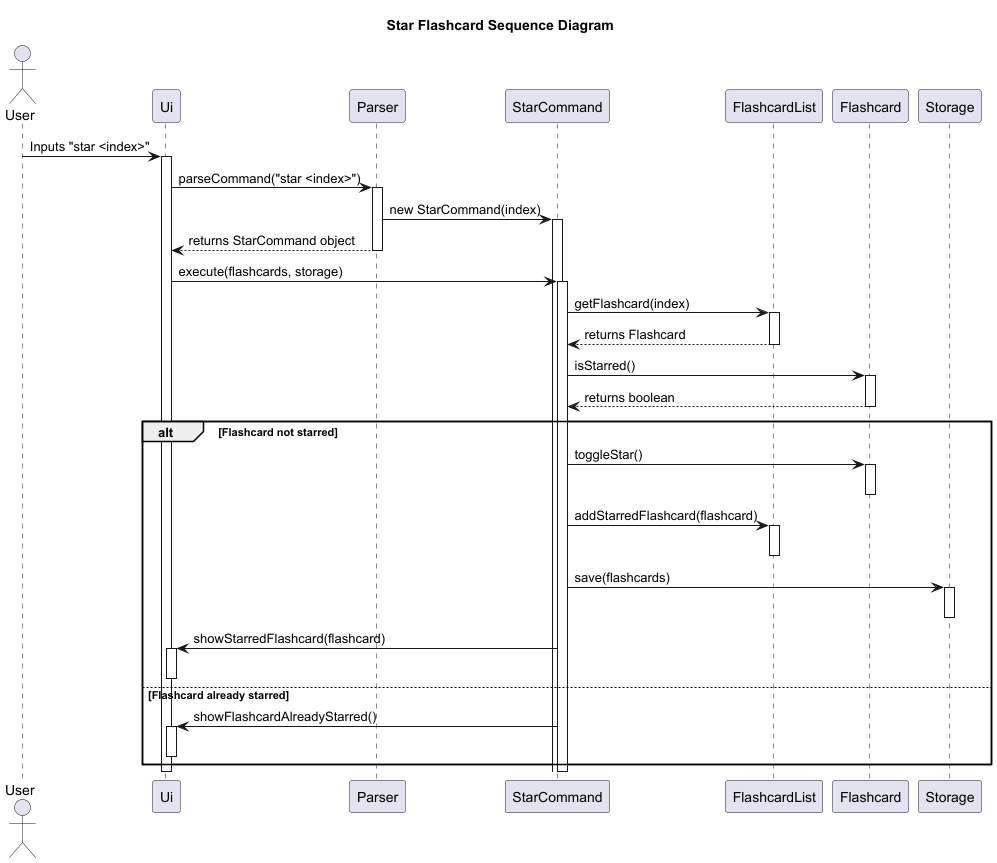
ashutoshalung/tp keeps this PlantUML diagram as docs/images/StarFlashcardFeature_Overall.png. Above is the earlier version.
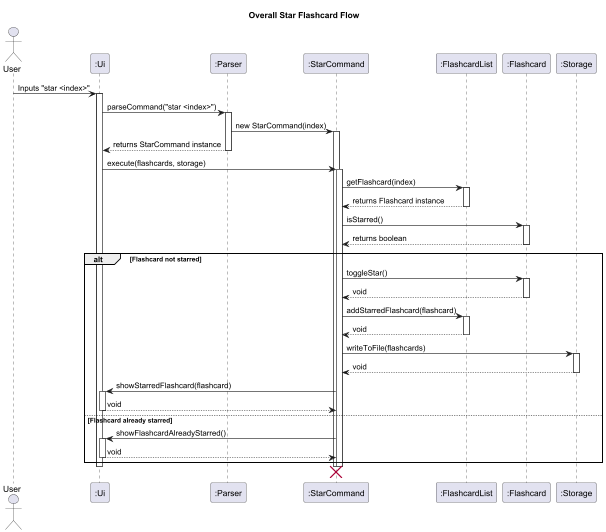
After the commit.

Commit message:
Fix star flashcard feature

Change to the diagram source:
```diff
@@ -1,61 +1,68 @@
 @startuml
-title Star Flashcard Sequence Diagram
+title Overall Star Flashcard Flow
 
 actor User
-participant Ui
-participant Parser
-participant StarCommand
-participant FlashcardList
-participant Flashcard
-participant Storage
+participant ":Ui" as ui
+participant ":Parser" as parser
+participant ":StarCommand" as starCommand
+participant ":FlashcardList" as flashcardList
+participant ":Flashcard" as flashcard
+participant ":Storage" as storage
 
-User -> Ui : Inputs "star <index>"
-activate Ui
+User -> ui : Inputs "star <index>"
+activate ui
 
-Ui -> Parser : parseCommand("star <index>")
-activate Parser
-Parser -> StarCommand : new StarCommand(index)
-activate StarCommand
-Parser --> Ui : returns StarCommand object
-deactivate Parser
+ui -> parser : parseCommand("star <index>")
+activate parser
+parser -> starCommand : new StarCommand(index)
+activate starCommand
+parser --> ui : returns StarCommand instance
+deactivate parser
 
-Ui -> StarCommand : execute(flashcards, storage)
-activate StarCommand
+ui -> starCommand : execute(flashcards, storage)
+activate starCommand
 
-StarCommand -> FlashcardList : getFlashcard(index)
-activate FlashcardList
-FlashcardList --> StarCommand : returns Flashcard
-deactivate FlashcardList
+starCommand -> flashcardList : getFlashcard(index)
+activate flashcardList
+flashcardList --> starCommand : returns Flashcard instance
+deactivate flashcardList
 
-StarCommand -> Flashcard : isStarred()
-activate Flashcard
-Flashcard --> StarCommand : returns boolean
-deactivate Flashcard
+starCommand -> flashcard : isStarred()
+activate flashcard
+flashcard --> starCommand : returns boolean
+deactivate flashcard
 
 alt Flashcard not starred
-    StarCommand -> Flashcard : toggleStar()
-    activate Flashcard
-    deactivate Flashcard
+    starCommand -> flashcard : toggleStar()
+    activate flashcard
+    flashcard --> starCommand : void
+    deactivate flashcard
 
-    StarCommand -> FlashcardList : addStarredFlashcard(flashcard)
-    activate FlashcardList
-    deactivate FlashcardList
+    starCommand -> flashcardList : addStarredFlashcard(flashcard)
+    activate flashcardList
+    flashcardList --> starCommand : void
+    deactivate flashcardList
 
-    StarCommand -> Storage : save(flashcards)
-    activate Storage
-    deactivate Storage
+    starCommand -> storage : writeToFile(flashcards)
+    activate storage
+    storage --> starCommand : void
+    deactivate storage
 
-    StarCommand -> Ui : showStarredFlashcard(flashcard)
-    activate Ui
-    deactivate Ui
+    starCommand -> ui : showStarredFlashcard(flashcard)
+    activate ui
+    ui --> starCommand : void
+    deactivate ui
 
 else Flashcard already starred
-    StarCommand -> Ui : showFlashcardAlreadyStarred()
-    activate Ui
-    deactivate Ui
+    starCommand -> ui : showFlashcardAlreadyStarred()
+    activate ui
+    ui --> starCommand : void
+    deactivate ui
 end
 
-deactivate StarCommand
-deactivate Ui
+deactivate starCommand
+deactivate ui
+
+destroy starCommand
 
 @enduml
```
